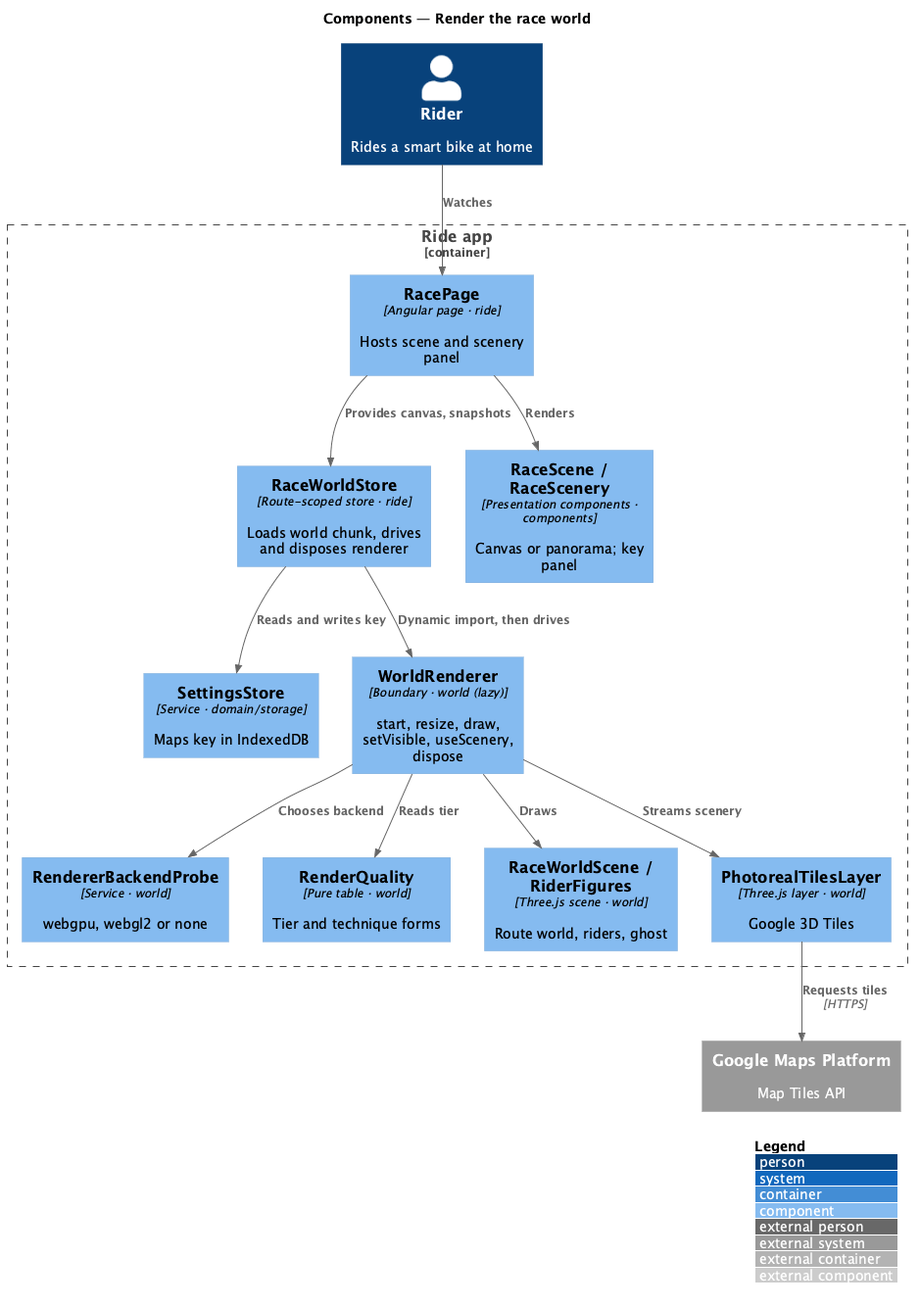
The PlantUML diagram docs/detailed-designs/race/render-the-race-world/diagrams/c4-component.png in QuinntyneBrown/ride-one, before a commit.
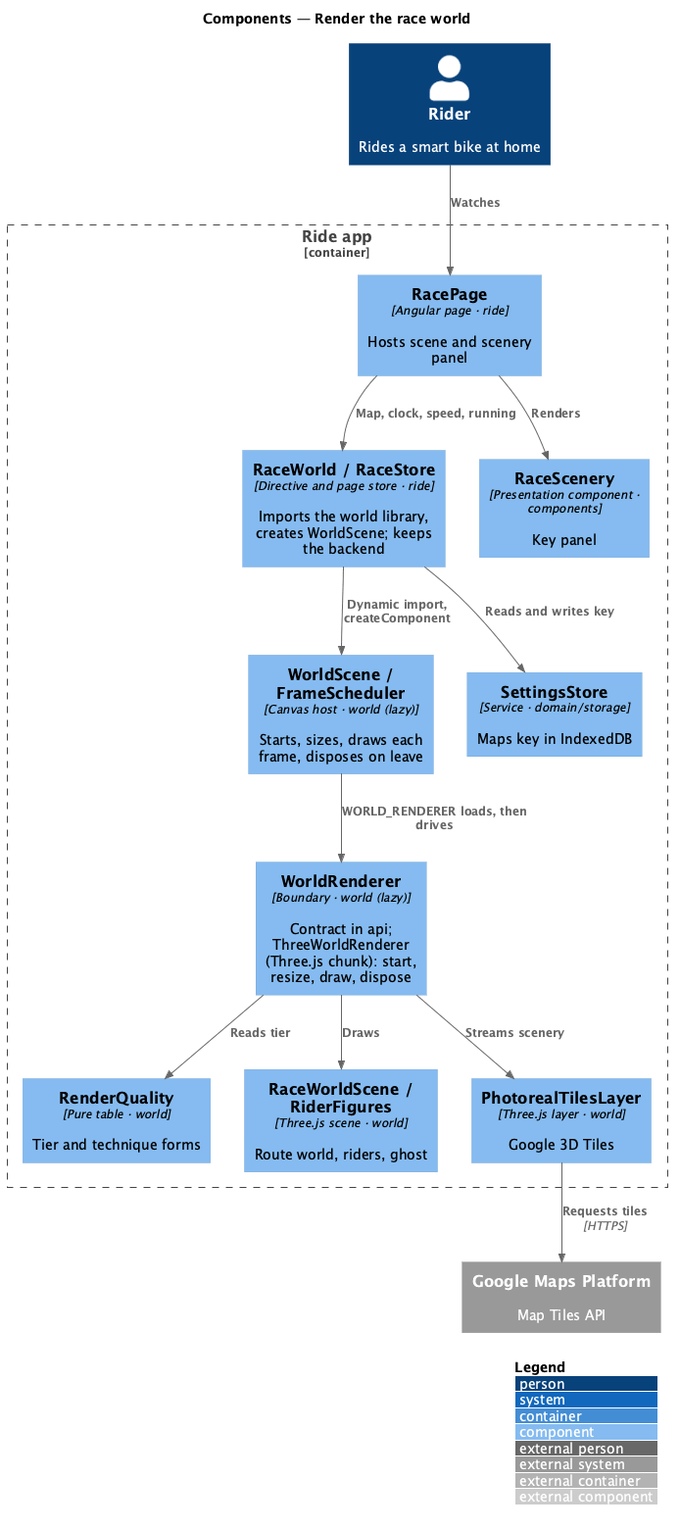
After the commit.

Diff of the diagram source:
```diff
@@ -6,21 +6,21 @@
 System_Ext(gmaps, "Google Maps Platform", "Map Tiles API")
 Container_Boundary(app, "Ride app") {
   Component(page, "RacePage", "Angular page · ride", "Hosts scene and scenery panel")
-  Component(wstore, "RaceWorldStore", "Route-scoped store · ride", "Loads world chunk, drives and disposes renderer")
-  Component(scene, "RaceScene / RaceScenery", "Presentation components · components", "Canvas or panorama; key panel")
+  Component(wstore, "RaceWorld / RaceStore", "Directive and page store · ride", "Imports the world library, creates WorldScene; keeps the backend")
+  Component(scene, "RaceScenery", "Presentation component · components", "Key panel")
+  Component(host, "WorldScene / FrameScheduler", "Canvas host · world (lazy)", "Starts, sizes, draws each frame, disposes on leave")
   Component(settings, "SettingsStore", "Service · domain/storage", "Maps key in IndexedDB")
-  Component(renderer, "WorldRenderer", "Boundary · world (lazy)", "start, resize, draw, setVisible, useScenery, dispose")
-  Component(probe, "RendererBackendProbe", "Service · world", "webgpu, webgl2 or none")
+  Component(renderer, "WorldRenderer", "Boundary · world (lazy)", "Contract in api; ThreeWorldRenderer (Three.js chunk): start, resize, draw, dispose")
   Component(quality, "RenderQuality", "Pure table · world", "Tier and technique forms")
   Component(rscene, "RaceWorldScene / RiderFigures", "Three.js scene · world", "Route world, riders, ghost")
   Component(tiles, "PhotorealTilesLayer", "Three.js layer · world", "Google 3D Tiles")
 }
 Rel(rider, page, "Watches")
-Rel(page, wstore, "Provides canvas, snapshots")
+Rel(page, wstore, "Map, clock, speed, running")
 Rel(page, scene, "Renders")
-Rel(wstore, renderer, "Dynamic import, then drives")
+Rel(wstore, host, "Dynamic import, createComponent")
+Rel(host, renderer, "WORLD_RENDERER loads, then drives")
 Rel(wstore, settings, "Reads and writes key")
-Rel(renderer, probe, "Chooses backend")
 Rel(renderer, quality, "Reads tier")
 Rel(renderer, rscene, "Draws")
 Rel(renderer, tiles, "Streams scenery")
```
